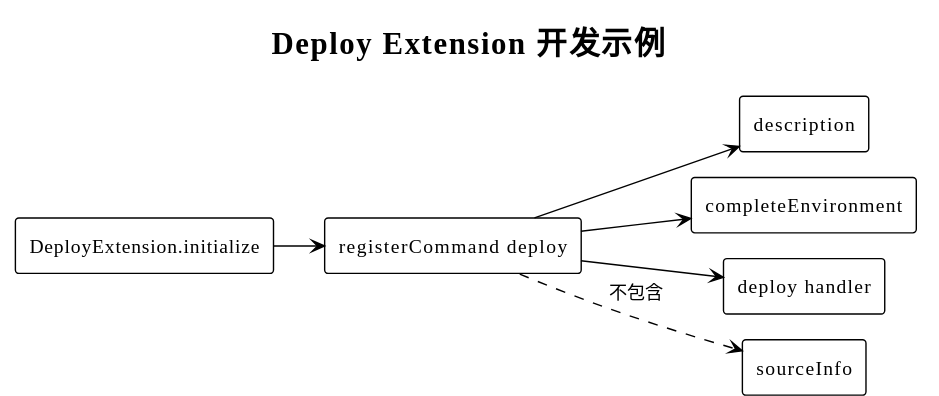
This is diagrams/extension-command/14-development-example.svg from superheromeZzh/pi-mono-java-design, a PlantUML export, as it was before one commit.
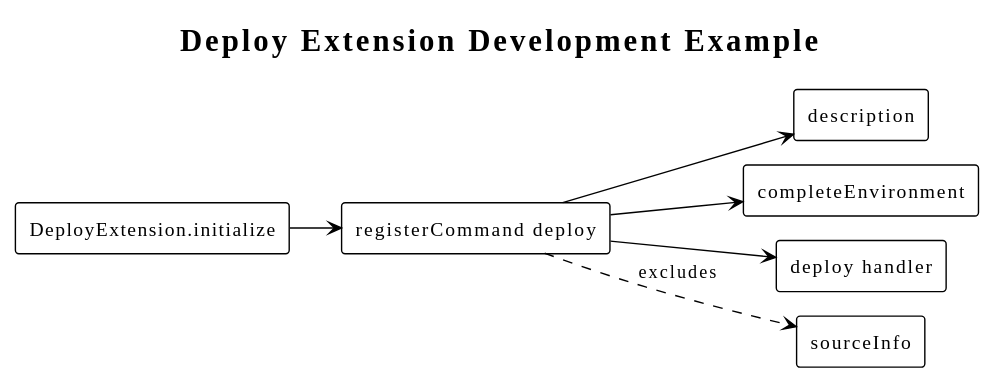
After the commit.

The edit, as a diff of the source:
```diff
@@ -1,10 +1,10 @@
 @startuml
 !theme plain
 !pragma layout smetana
-skinparam defaultFontName "PingFang SC"
+skinparam defaultFontName "SansSerif"
 skinparam shadowing false
 skinparam backgroundColor transparent
-title Deploy Extension 开发示例
+title Deploy Extension Development Example
 
 left to right direction
 rectangle DeployExtension.initialize as code
@@ -18,5 +18,5 @@
 register --> metadata
 register --> completion
 register --> execution
-register ..> noSource : 不包含
+register ..> noSource : excludes
 @enduml
```
